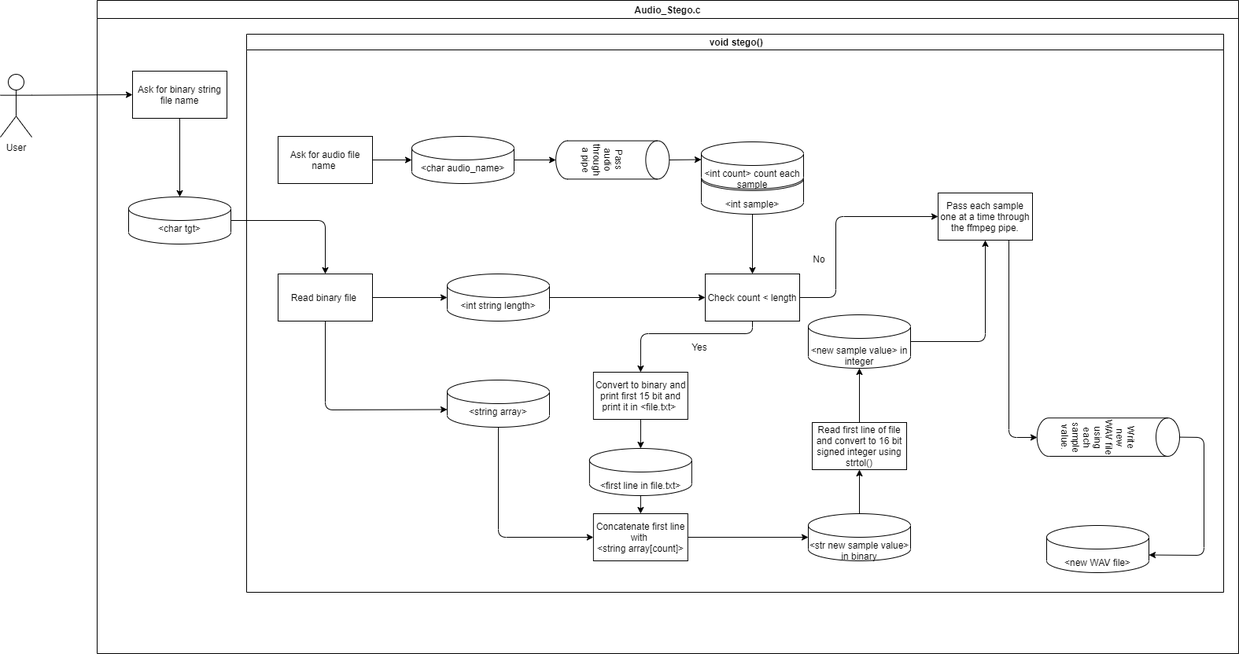
Above: lowlevel.png in PalakMittal/AudioStego (draw.io), before the change. Source tidied: cells renumbered, new cells last; positions are measured from the earlier drawing's top-left corner, leaving out a move shared by most shapes.
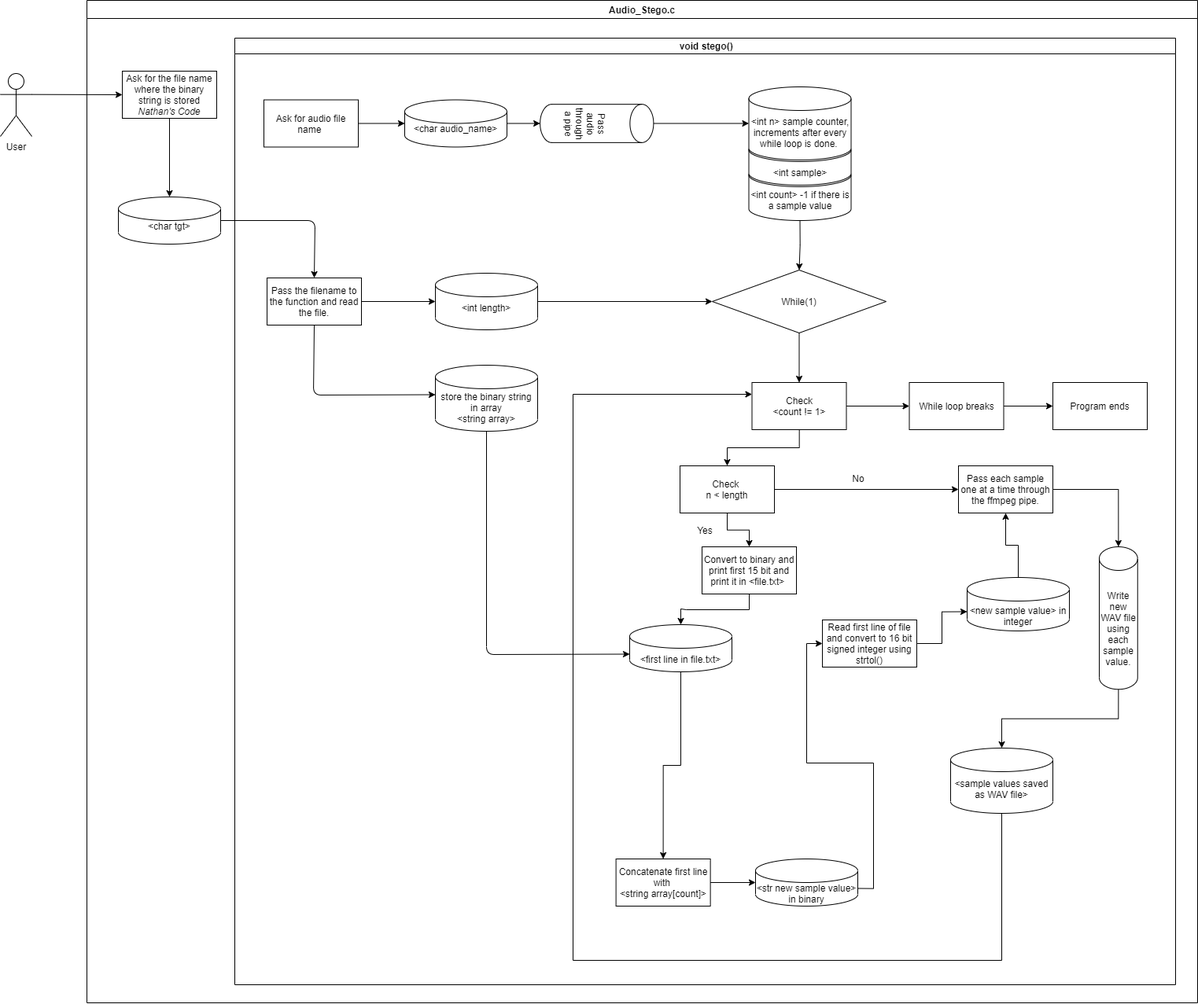
Later version of the same file.

Change to the diagram source:
```diff
@@ -3,164 +3,173 @@
     <mxCell id="0" />
     <mxCell id="1" parent="0" />
     <mxCell id="2" value="User" style="shape=umlActor;verticalLabelPosition=bottom;verticalAlign=top;html=1;outlineConnect=0;" parent="1" vertex="1">
-      <mxGeometry y="94" width="40" height="80" as="geometry" />
+      <mxGeometry x="214" y="-314" width="40" height="80" as="geometry" />
     </mxCell>
     <mxCell id="3" value="Audio_Stego.c" style="swimlane;" parent="1" vertex="1">
-      <mxGeometry x="123" width="1451" height="831" as="geometry" />
+      <mxGeometry x="324" y="-407" width="1412" height="1275" as="geometry" />
     </mxCell>
     <mxCell id="4" value=" void stego()" style="swimlane;startSize=20;" parent="3" vertex="1">
-      <mxGeometry x="190" y="43" width="1242" height="710" as="geometry" />
+      <mxGeometry x="188" y="48" width="1196" height="1204" as="geometry" />
     </mxCell>
+    <mxCell id="48" style="edgeStyle=orthogonalEdgeStyle;rounded=0;jettySize=auto;html=1;exitX=0.5;exitY=1;exitDx=0;exitDy=0;exitPerimeter=0;entryX=0.5;entryY=0;entryDx=0;entryDy=0;" parent="4" edge="1" source="49" target="50">
+      <mxGeometry relative="1" as="geometry" />
+    </mxCell>
+    <mxCell id="49" value="&amp;lt;int count&amp;gt; -1 if there is a sample value" style="shape=cylinder3;whiteSpace=wrap;html=1;boundedLbl=1;backgroundOutline=1;size=15;" parent="4" vertex="1">
+      <mxGeometry x="653.5" y="159" width="130" height="73" as="geometry" />
+    </mxCell>
     <mxCell id="5" value="Ask for audio file name&amp;nbsp;" style="rounded=0;whiteSpace=wrap;html=1;" parent="4" vertex="1">
-      <mxGeometry x="40" y="130" width="120" height="60" as="geometry" />
+      <mxGeometry x="37" y="78.5" width="120" height="60" as="geometry" />
     </mxCell>
     <mxCell id="6" value="&amp;lt;char audio_name&amp;gt;" style="shape=cylinder3;whiteSpace=wrap;html=1;boundedLbl=1;backgroundOutline=1;size=15;" parent="4" vertex="1">
-      <mxGeometry x="210" y="130" width="130" height="60" as="geometry" />
+      <mxGeometry x="216" y="78.5" width="130" height="60" as="geometry" />
     </mxCell>
     <mxCell id="7" style="endArrow=classic;html=1;exitX=1;exitY=0.5;exitDx=0;exitDy=0;entryX=0;entryY=0.5;entryDx=0;entryDy=0;entryPerimeter=0;" parent="4" edge="1" source="5" target="6">
       <mxGeometry relative="1" as="geometry" />
     </mxCell>
-    <mxCell id="8" value="Read binary file&amp;nbsp;" style="rounded=0;whiteSpace=wrap;html=1;" parent="4" vertex="1">
-      <mxGeometry x="40" y="305" width="120" height="60" as="geometry" />
+    <mxCell id="8" value="Pass the filename to the function and read the file." style="rounded=0;whiteSpace=wrap;html=1;" parent="4" vertex="1">
+      <mxGeometry x="41" y="305" width="120" height="60" as="geometry" />
     </mxCell>
-    <mxCell id="9" value="&amp;lt;int string length&amp;gt;" style="shape=cylinder3;whiteSpace=wrap;html=1;boundedLbl=1;backgroundOutline=1;size=15;" parent="4" vertex="1">
-      <mxGeometry x="255" y="305" width="130" height="60" as="geometry" />
+    <mxCell id="9" value="&amp;lt;int length&amp;gt;" style="shape=cylinder3;whiteSpace=wrap;html=1;boundedLbl=1;backgroundOutline=1;size=15;" parent="4" vertex="1">
+      <mxGeometry x="255" y="299" width="130" height="72" as="geometry" />
     </mxCell>
     <mxCell id="10" style="endArrow=classic;html=1;exitX=1;exitY=0.5;exitDx=0;exitDy=0;entryX=0;entryY=0.5;entryDx=0;entryDy=0;entryPerimeter=0;" parent="4" edge="1" source="8" target="9">
       <mxGeometry relative="1" as="geometry" />
     </mxCell>
-    <mxCell id="11" value="&amp;lt;string array&amp;gt;" style="shape=cylinder3;whiteSpace=wrap;html=1;boundedLbl=1;backgroundOutline=1;size=15;" parent="4" vertex="1">
-      <mxGeometry x="255" y="440" width="130" height="60" as="geometry" />
+    <mxCell id="11" value="store the binary string in array&lt;br&gt;&amp;lt;string array&amp;gt;" style="shape=cylinder3;whiteSpace=wrap;html=1;boundedLbl=1;backgroundOutline=1;size=15;" parent="4" vertex="1">
+      <mxGeometry x="255" y="416" width="130" height="84" as="geometry" />
     </mxCell>
     <mxCell id="12" style="endArrow=classic;html=1;entryX=0;entryY=0;entryDx=0;entryDy=37.5;entryPerimeter=0;exitX=0.5;exitY=1;exitDx=0;exitDy=0;" parent="4" edge="1" source="8" target="11">
       <mxGeometry relative="1" as="geometry">
         <Array as="points">
-          <mxPoint x="100" y="478" />
+          <mxPoint x="100" y="454" />
         </Array>
       </mxGeometry>
     </mxCell>
     <mxCell id="13" value="Pass audio through a pipe" style="shape=cylinder3;whiteSpace=wrap;html=1;boundedLbl=1;backgroundOutline=1;size=15;rotation=90;" parent="4" vertex="1">
-      <mxGeometry x="440.9" y="87.9" width="48.8" height="144.2" as="geometry" />
+      <mxGeometry x="435.9" y="36.4" width="48.8" height="144.2" as="geometry" />
     </mxCell>
     <mxCell id="14" style="endArrow=classic;html=1;exitX=1;exitY=0.5;exitDx=0;exitDy=0;exitPerimeter=0;entryX=0.5;entryY=1;entryDx=0;entryDy=0;entryPerimeter=0;" parent="4" edge="1" source="6" target="13">
       <mxGeometry relative="1" as="geometry" />
     </mxCell>
     <mxCell id="15" value="&lt;br&gt;&amp;lt;int sample&amp;gt;" style="shape=cylinder3;whiteSpace=wrap;html=1;boundedLbl=1;backgroundOutline=1;size=15;" parent="4" vertex="1">
-      <mxGeometry x="578" y="169" width="130" height="60" as="geometry" />
+      <mxGeometry x="653.5" y="127" width="130" height="60" as="geometry" />
     </mxCell>
-    <mxCell id="16" value="Check count &amp;lt; length" style="rounded=0;whiteSpace=wrap;html=1;" parent="4" vertex="1">
-      <mxGeometry x="583" y="305" width="120" height="60" as="geometry" />
-    </mxCell>
-    <mxCell id="17" style="endArrow=classic;html=1;exitX=0.5;exitY=1;exitDx=0;exitDy=0;exitPerimeter=0;" parent="4" edge="1" source="15" target="16">
-      <mxGeometry relative="1" as="geometry" />
-    </mxCell>
-    <mxCell id="18" value="&lt;br&gt;&amp;lt;int count&amp;gt; count each sample" style="shape=cylinder3;whiteSpace=wrap;html=1;boundedLbl=1;backgroundOutline=1;size=15;" parent="4" vertex="1">
-      <mxGeometry x="578" y="137" width="130" height="60" as="geometry" />
+    <mxCell id="18" value="&amp;lt;int n&amp;gt; sample counter, increments after every while loop is done.&amp;nbsp;" style="shape=cylinder3;whiteSpace=wrap;html=1;boundedLbl=1;backgroundOutline=1;size=15;" parent="4" vertex="1">
+      <mxGeometry x="653.5" y="62" width="130" height="93" as="geometry" />
     </mxCell>
-    <mxCell id="19" style="endArrow=classic;html=1;exitX=0.5;exitY=0;exitDx=0;exitDy=0;exitPerimeter=0;entryX=0;entryY=0;entryDx=0;entryDy=22.5;entryPerimeter=0;" parent="4" edge="1" source="13" target="18">
+    <mxCell id="19" style="endArrow=classic;html=1;exitX=0.5;exitY=0;exitDx=0;exitDy=0;exitPerimeter=0;entryX=0;entryY=0.5;entryDx=0;entryDy=0;entryPerimeter=0;" parent="4" edge="1" source="13" target="18">
       <mxGeometry relative="1" as="geometry" />
     </mxCell>
-    <mxCell id="20" value="Yes" style="text;html=1;strokeColor=none;fillColor=none;align=center;verticalAlign=middle;whiteSpace=wrap;rounded=0;" parent="4" vertex="1">
-      <mxGeometry x="556" y="388" width="40" height="20" as="geometry" />
-    </mxCell>
+    <mxCell id="25" style="endArrow=classic;html=1;exitX=0.5;exitY=1;exitDx=0;exitDy=0;exitPerimeter=0;entryX=0;entryY=0;entryDx=0;entryDy=37.5;entryPerimeter=0;" parent="4" edge="1" source="11" target="22">
+      <mxGeometry relative="1" as="geometry">
+        <Array as="points">
+          <mxPoint x="320" y="784" />
+        </Array>
+      </mxGeometry>
+    </mxCell>
+    <mxCell id="37" style="endArrow=classic;html=1;exitX=1;exitY=0.5;exitDx=0;exitDy=0;exitPerimeter=0;entryX=0;entryY=0.5;entryDx=0;entryDy=0;" parent="4" edge="1" source="9" target="50">
+      <mxGeometry relative="1" as="geometry" />
+    </mxCell>
+    <mxCell id="50" value="While(1)" style="rhombus;whiteSpace=wrap;html=1;" parent="4" vertex="1">
+      <mxGeometry x="607" y="295" width="221" height="80" as="geometry" />
+    </mxCell>
+    <mxCell id="51" style="endArrow=classic;html=1;exitX=0.5;exitY=1;exitDx=0;exitDy=0;entryX=0.5;entryY=0;entryDx=0;entryDy=0;entryPerimeter=0;" parent="4" edge="1" source="50" target="52">
+      <mxGeometry relative="1" as="geometry" />
+    </mxCell>
+    <mxCell id="52" value="&amp;nbsp;Check&amp;nbsp;&lt;br&gt;&amp;lt;count != 1&amp;gt;" style="rounded=0;whiteSpace=wrap;html=1;" parent="4" vertex="1">
+      <mxGeometry x="657.5" y="438" width="120" height="60" as="geometry" />
+    </mxCell>
+    <mxCell id="53" value="While loop breaks" style="whiteSpace=wrap;html=1;rounded=0;" parent="4" vertex="1">
+      <mxGeometry x="857.5" y="438" width="120" height="60" as="geometry" />
+    </mxCell>
+    <mxCell id="54" style="edgeStyle=orthogonalEdgeStyle;rounded=0;jettySize=auto;html=1;" parent="4" edge="1" source="52" target="53">
+      <mxGeometry relative="1" as="geometry" />
+    </mxCell>
     <mxCell id="21" value="Convert to binary and print first 15 bit and print it in &amp;lt;file.txt&amp;gt;&amp;nbsp;" style="rounded=0;whiteSpace=wrap;html=1;" parent="4" vertex="1">
-      <mxGeometry x="440.9" y="430" width="120" height="60" as="geometry" />
+      <mxGeometry x="594" y="647" width="120" height="60" as="geometry" />
     </mxCell>
     <mxCell id="22" value="&lt;br&gt;&amp;lt;first line in file.txt&amp;gt;" style="shape=cylinder3;whiteSpace=wrap;html=1;boundedLbl=1;backgroundOutline=1;size=15;" parent="4" vertex="1">
-      <mxGeometry x="435.9" y="527" width="130" height="60" as="geometry" />
+      <mxGeometry x="502" y="746" width="130" height="60" as="geometry" />
     </mxCell>
-    <mxCell id="23" style="endArrow=classic;html=1;entryX=0.5;entryY=0;entryDx=0;entryDy=0;entryPerimeter=0;" parent="4" edge="1" target="22">
-      <mxGeometry relative="1" as="geometry">
-        <mxPoint x="501" y="490" as="sourcePoint" />
-      </mxGeometry>
-    </mxCell>
+    <mxCell id="55" style="edgeStyle=orthogonalEdgeStyle;rounded=0;jettySize=auto;html=1;exitX=0.5;exitY=1;exitDx=0;exitDy=0;entryX=0.5;entryY=0;entryDx=0;entryDy=0;entryPerimeter=0;" parent="4" edge="1" source="21" target="22">
+      <mxGeometry relative="1" as="geometry" />
+    </mxCell>
     <mxCell id="24" value="Concatenate first line with&amp;nbsp;&lt;br&gt;&amp;lt;string array[count]&amp;gt;" style="rounded=0;whiteSpace=wrap;html=1;" parent="4" vertex="1">
-      <mxGeometry x="440.9" y="610" width="120" height="60" as="geometry" />
+      <mxGeometry x="484.6" y="1044" width="120" height="60" as="geometry" />
     </mxCell>
-    <mxCell id="25" style="endArrow=classic;html=1;exitX=0.5;exitY=1;exitDx=0;exitDy=0;exitPerimeter=0;entryX=0;entryY=0.5;entryDx=0;entryDy=0;" parent="4" edge="1" source="11" target="24">
-      <mxGeometry relative="1" as="geometry">
-        <Array as="points">
-          <mxPoint x="320" y="640" />
-        </Array>
-      </mxGeometry>
-    </mxCell>
-    <mxCell id="26" value="No" style="text;html=1;strokeColor=none;fillColor=none;align=center;verticalAlign=middle;whiteSpace=wrap;rounded=0;" parent="4" vertex="1">
-      <mxGeometry x="708" y="276" width="40" height="20" as="geometry" />
-    </mxCell>
-    <mxCell id="27" style="endArrow=classic;html=1;exitX=0.5;exitY=1;exitDx=0;exitDy=0;exitPerimeter=0;entryX=0.5;entryY=0;entryDx=0;entryDy=0;" parent="4" edge="1" source="22" target="24">
+    <mxCell id="27" style="edgeStyle=orthogonalEdgeStyle;rounded=0;jettySize=auto;html=1;exitX=0.5;exitY=1;exitDx=0;exitDy=0;exitPerimeter=0;entryX=0.5;entryY=0;entryDx=0;entryDy=0;" parent="4" edge="1" source="22" target="24">
       <mxGeometry relative="1" as="geometry" />
     </mxCell>
     <mxCell id="28" value="&lt;br&gt;&amp;lt;str new sample value&amp;gt;&lt;br&gt;in binary" style="shape=cylinder3;whiteSpace=wrap;html=1;boundedLbl=1;backgroundOutline=1;size=15;" parent="4" vertex="1">
-      <mxGeometry x="714" y="610" width="130" height="60" as="geometry" />
+      <mxGeometry x="662" y="1044" width="130" height="60" as="geometry" />
     </mxCell>
     <mxCell id="29" style="endArrow=classic;html=1;exitX=1;exitY=0.5;exitDx=0;exitDy=0;entryX=0;entryY=0.5;entryDx=0;entryDy=0;entryPerimeter=0;" parent="4" edge="1" source="24" target="28">
       <mxGeometry relative="1" as="geometry" />
     </mxCell>
     <mxCell id="30" value="Read first line of file and convert to 16 bit signed integer using strtol()" style="rounded=0;whiteSpace=wrap;html=1;" parent="4" vertex="1">
-      <mxGeometry x="719" y="494" width="120" height="60" as="geometry" />
+      <mxGeometry x="747" y="740" width="120" height="60" as="geometry" />
     </mxCell>
-    <mxCell id="31" style="endArrow=classic;html=1;exitX=0.5;exitY=0;exitDx=0;exitDy=0;exitPerimeter=0;entryX=0.5;entryY=1;entryDx=0;entryDy=0;" parent="4" edge="1" source="28" target="30">
+    <mxCell id="31" style="edgeStyle=orthogonalEdgeStyle;rounded=0;jettySize=auto;html=1;exitX=1;exitY=0;exitDx=0;exitDy=37.5;exitPerimeter=0;entryX=0;entryY=0.5;entryDx=0;entryDy=0;" parent="4" edge="1" source="28" target="30">
       <mxGeometry relative="1" as="geometry" />
     </mxCell>
     <mxCell id="32" value="&lt;br&gt;&amp;lt;new sample value&amp;gt; in integer" style="shape=cylinder3;whiteSpace=wrap;html=1;boundedLbl=1;backgroundOutline=1;size=15;" parent="4" vertex="1">
-      <mxGeometry x="714" y="357" width="130" height="68" as="geometry" />
+      <mxGeometry x="931" y="686" width="130" height="68" as="geometry" />
     </mxCell>
+    <mxCell id="40" style="edgeStyle=orthogonalEdgeStyle;rounded=0;jettySize=auto;html=1;exitX=1;exitY=0.5;exitDx=0;exitDy=0;entryX=0;entryY=0;entryDx=0;entryDy=43.5;entryPerimeter=0;" parent="4" edge="1" source="30" target="32">
+      <mxGeometry relative="1" as="geometry" />
+    </mxCell>
+    <mxCell id="56" style="edgeStyle=orthogonalEdgeStyle;rounded=0;jettySize=auto;html=1;exitX=1;exitY=0.5;exitDx=0;exitDy=0;entryX=0.5;entryY=0;entryDx=0;entryDy=0;entryPerimeter=0;" parent="4" edge="1" source="33" target="34">
+      <mxGeometry relative="1" as="geometry" />
+    </mxCell>
     <mxCell id="33" value="Pass each sample one at a time through the ffmpeg pipe." style="rounded=0;whiteSpace=wrap;html=1;" parent="4" vertex="1">
-      <mxGeometry x="879" y="202" width="120" height="60" as="geometry" />
+      <mxGeometry x="920" y="544" width="120" height="60" as="geometry" />
     </mxCell>
+    <mxCell id="39" style="edgeStyle=orthogonalEdgeStyle;rounded=0;jettySize=auto;html=1;exitX=0.5;exitY=0;exitDx=0;exitDy=0;exitPerimeter=0;entryX=0.5;entryY=1;entryDx=0;entryDy=0;" parent="4" edge="1" source="32" target="33">
+      <mxGeometry relative="1" as="geometry" />
+    </mxCell>
+    <mxCell id="57" style="edgeStyle=orthogonalEdgeStyle;rounded=0;jettySize=auto;html=1;exitX=1;exitY=0.5;exitDx=0;exitDy=0;entryX=0;entryY=0.5;entryDx=0;entryDy=0;" parent="4" edge="1" source="59" target="33">
+      <mxGeometry relative="1" as="geometry" />
+    </mxCell>
+    <mxCell id="58" style="edgeStyle=orthogonalEdgeStyle;rounded=0;jettySize=auto;html=1;exitX=0.5;exitY=1;exitDx=0;exitDy=0;entryX=0.5;entryY=0;entryDx=0;entryDy=0;" parent="4" edge="1" source="59" target="21">
+      <mxGeometry relative="1" as="geometry" />
+    </mxCell>
+    <mxCell id="59" value="Check &lt;br&gt;n &amp;lt; length" style="rounded=0;whiteSpace=wrap;html=1;" parent="4" vertex="1">
+      <mxGeometry x="566" y="544" width="120" height="60" as="geometry" />
+    </mxCell>
+    <mxCell id="60" style="edgeStyle=orthogonalEdgeStyle;rounded=0;jettySize=auto;html=1;entryX=0.5;entryY=0;entryDx=0;entryDy=0;" parent="4" edge="1" source="52" target="59">
+      <mxGeometry relative="1" as="geometry" />
+    </mxCell>
+    <mxCell id="61" style="edgeStyle=orthogonalEdgeStyle;rounded=0;jettySize=auto;html=1;exitX=0.5;exitY=1;exitDx=0;exitDy=0;exitPerimeter=0;entryX=0.5;entryY=0;entryDx=0;entryDy=0;entryPerimeter=0;" parent="4" edge="1" source="34" target="63">
+      <mxGeometry relative="1" as="geometry" />
+    </mxCell>
-    <mxCell id="34" value="Write new WAV file using each sample value." style="shape=cylinder3;whiteSpace=wrap;html=1;boundedLbl=1;backgroundOutline=1;size=15;rotation=90;" parent="4" vertex="1">
-      <mxGeometry x="1071" y="422" width="48.8" height="181.2" as="geometry" />
+    <mxCell id="34" value="Write new WAV file using each sample value." style="shape=cylinder3;whiteSpace=wrap;html=1;boundedLbl=1;backgroundOutline=1;size=15;rotation=0;" parent="4" vertex="1">
+      <mxGeometry x="1099" y="647" width="48.8" height="181.2" as="geometry" />
     </mxCell>
-    <mxCell id="35" style="endArrow=classic;html=1;exitX=0.75;exitY=1;exitDx=0;exitDy=0;" parent="4" edge="1" source="33">
-      <mxGeometry relative="1" as="geometry">
-        <mxPoint x="1005" y="513" as="targetPoint" />
-        <Array as="points">
-          <mxPoint x="969" y="513" />
-        </Array>
-      </mxGeometry>
-    </mxCell>
-    <mxCell id="36" value="&lt;br&gt;&amp;lt;new WAV file&amp;gt;" style="shape=cylinder3;whiteSpace=wrap;html=1;boundedLbl=1;backgroundOutline=1;size=15;" parent="4" vertex="1">
-      <mxGeometry x="1017" y="625" width="130" height="60" as="geometry" />
-    </mxCell>
-    <mxCell id="37" style="endArrow=classic;html=1;exitX=1;exitY=0.5;exitDx=0;exitDy=0;exitPerimeter=0;entryX=0;entryY=0.5;entryDx=0;entryDy=0;" parent="4" edge="1" source="9" target="16">
-      <mxGeometry relative="1" as="geometry" />
-    </mxCell>
-    <mxCell id="38" style="endArrow=classic;html=1;entryX=0.5;entryY=0;entryDx=0;entryDy=0;" parent="4" edge="1" target="21">
-      <mxGeometry relative="1" as="geometry">
-        <mxPoint x="643" y="365" as="sourcePoint" />
-        <Array as="points">
-          <mxPoint x="643" y="381" />
-          <mxPoint x="501" y="381" />
-        </Array>
-      </mxGeometry>
-    </mxCell>
-    <mxCell id="39" style="endArrow=classic;html=1;exitX=1;exitY=0.5;exitDx=0;exitDy=0;exitPerimeter=0;entryX=0.5;entryY=1;entryDx=0;entryDy=0;" parent="4" edge="1" source="32" target="33">
-      <mxGeometry relative="1" as="geometry">
-        <Array as="points">
-          <mxPoint x="939" y="391" />
-        </Array>
-      </mxGeometry>
-    </mxCell>
-    <mxCell id="40" style="endArrow=classic;html=1;exitX=0.5;exitY=0;exitDx=0;exitDy=0;entryX=0.5;entryY=1;entryDx=0;entryDy=0;entryPerimeter=0;" parent="4" edge="1" source="30" target="32">
-      <mxGeometry relative="1" as="geometry" />
-    </mxCell>
-    <mxCell id="41" style="endArrow=classic;html=1;exitX=0.5;exitY=0;exitDx=0;exitDy=0;exitPerimeter=0;entryX=1;entryY=0;entryDx=0;entryDy=37.5;entryPerimeter=0;" parent="4" edge="1" source="34" target="36">
-      <mxGeometry relative="1" as="geometry">
-        <Array as="points">
-          <mxPoint x="1217" y="513" />
-          <mxPoint x="1217" y="663" />
-        </Array>
-      </mxGeometry>
-    </mxCell>
-    <mxCell id="42" style="endArrow=classic;html=1;exitX=1;exitY=0.5;exitDx=0;exitDy=0;entryX=0;entryY=0.5;entryDx=0;entryDy=0;" parent="4" edge="1" source="16" target="33">
-      <mxGeometry relative="1" as="geometry">
-        <Array as="points">
-          <mxPoint x="749" y="335" />
-          <mxPoint x="749" y="232" />
-        </Array>
-      </mxGeometry>
-    </mxCell>
+    <mxCell id="62" style="edgeStyle=orthogonalEdgeStyle;rounded=0;jettySize=auto;html=1;exitX=0.5;exitY=1;exitDx=0;exitDy=0;exitPerimeter=0;entryX=0;entryY=0.25;entryDx=0;entryDy=0;" parent="4" edge="1" source="63" target="52">
+      <mxGeometry relative="1" as="geometry">
+        <Array as="points">
+          <mxPoint x="975" y="1173" />
+          <mxPoint x="430" y="1173" />
+          <mxPoint x="430" y="453" />
+        </Array>
+      </mxGeometry>
+    </mxCell>
+    <mxCell id="63" value="&amp;lt;sample values saved as WAV file&amp;gt;" style="shape=cylinder3;whiteSpace=wrap;html=1;boundedLbl=1;backgroundOutline=1;size=15;" parent="4" vertex="1">
+      <mxGeometry x="910" y="903" width="130" height="83" as="geometry" />
+    </mxCell>
+    <mxCell id="64" value="Program ends" style="rounded=0;whiteSpace=wrap;html=1;" parent="4" vertex="1">
+      <mxGeometry x="1040" y="438" width="120" height="60" as="geometry" />
+    </mxCell>
+    <mxCell id="65" style="edgeStyle=orthogonalEdgeStyle;rounded=0;jettySize=auto;html=1;entryX=0;entryY=0.5;entryDx=0;entryDy=0;" parent="4" edge="1" source="53" target="64">
+      <mxGeometry relative="1" as="geometry" />
+    </mxCell>
+    <mxCell id="20" value="Yes" style="text;html=1;strokeColor=none;fillColor=none;align=center;verticalAlign=middle;whiteSpace=wrap;rounded=0;" parent="4" vertex="1">
+      <mxGeometry x="578" y="593" width="40" height="66" as="geometry" />
+    </mxCell>
+    <mxCell id="26" value="No" style="text;html=1;strokeColor=none;fillColor=none;align=center;verticalAlign=middle;whiteSpace=wrap;rounded=0;" parent="4" vertex="1">
+      <mxGeometry x="773" y="527" width="40" height="66" as="geometry" />
+    </mxCell>
-    <mxCell id="43" value="Ask for binary string file name" style="rounded=0;whiteSpace=wrap;html=1;" parent="3" vertex="1">
+    <mxCell id="43" value="Ask for the file name where the binary string is stored&lt;br&gt;&lt;i&gt;Nathan's Code&lt;/i&gt;" style="rounded=0;whiteSpace=wrap;html=1;" parent="3" vertex="1">
       <mxGeometry x="45" y="90" width="120" height="60" as="geometry" />
     </mxCell>
     <mxCell id="44" value="&amp;lt;char tgt&amp;gt;" style="shape=cylinder3;whiteSpace=wrap;html=1;boundedLbl=1;backgroundOutline=1;size=15;" parent="3" vertex="1">
```
